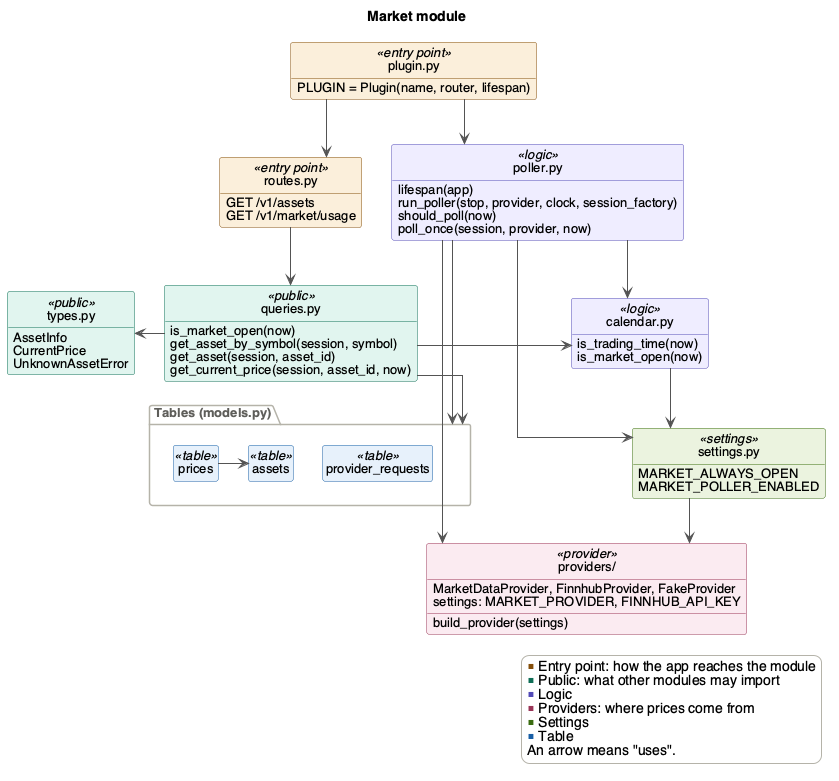
Earlier version of the PlantUML export docs/Design/SoftArchitecture/figures/market.png (davislenover/BurnNEarn).
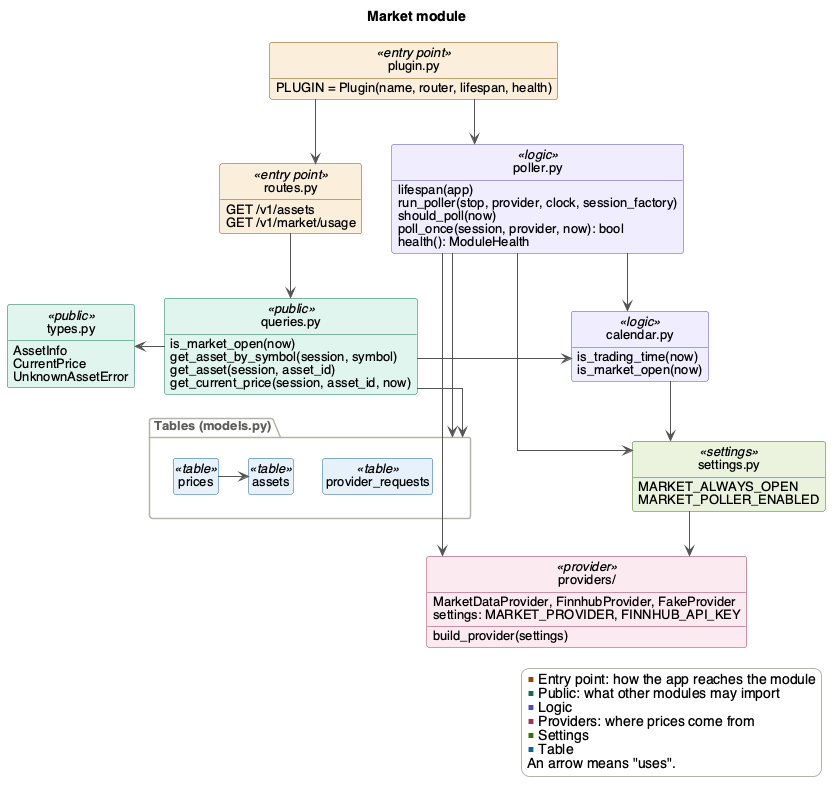
The same file after the commit.

Change to the diagram source:
```diff
@@ -3,7 +3,7 @@
 title Market module
 
 class "plugin.py" as plugin <<entry point>> {
-  PLUGIN = Plugin(name, router, lifespan)
+  PLUGIN = Plugin(name, router, lifespan, health)
 }
 class "routes.py" as routes <<entry point>> {
   GET /v1/assets
@@ -26,7 +26,8 @@
   lifespan(app)
   run_poller(stop, provider, clock, session_factory)
   should_poll(now)
-  poll_once(session, provider, now)
+  poll_once(session, provider, now): bool
+  health(): ModuleHealth
 }
 class "calendar.py" as calendar <<logic>> {
   is_trading_time(now)
```
